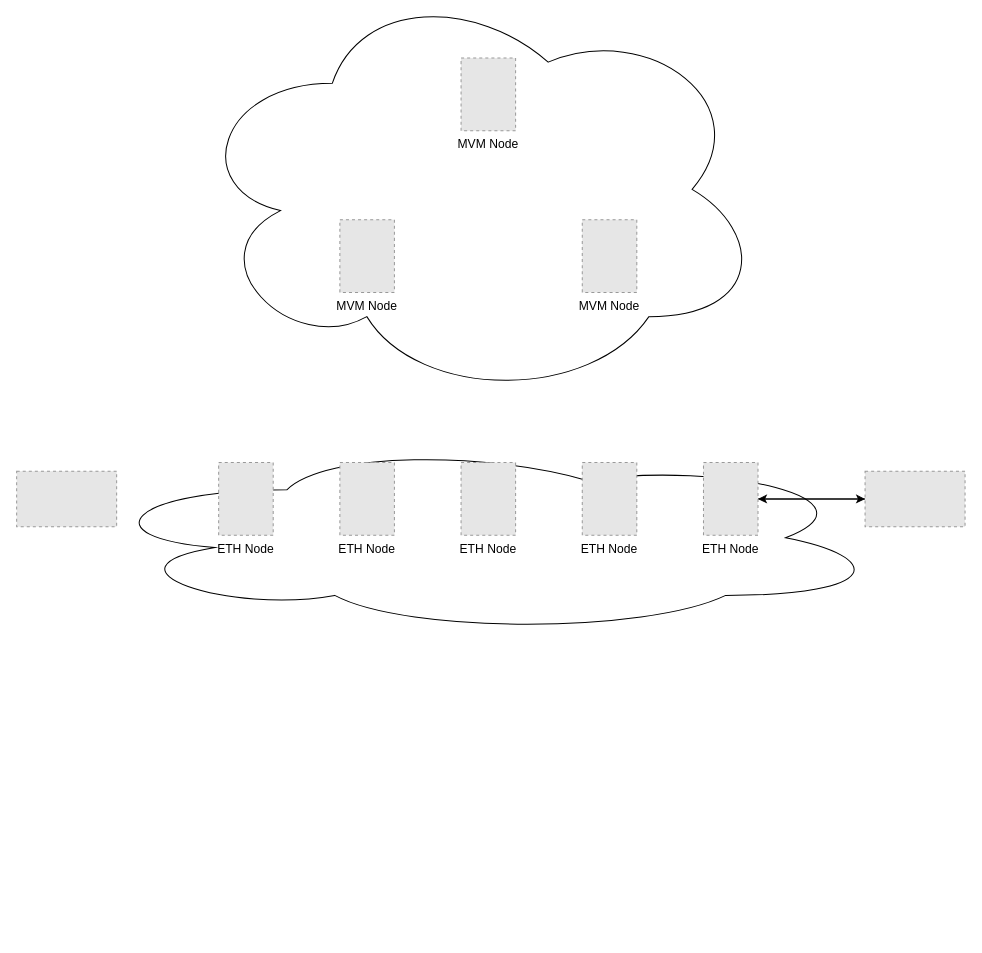
rumsystem/rum-eth-mvm keeps this draw.io diagram as Topology.drawio. Above is the earlier version. Source tidied: cells renumbered, new cells numbered last; positions are measured from the earlier drawing's top-left corner, leaving out a move shared by most shapes. Both pictures are drawn from the tidied source at 101%, with x=0, y=0 at pixel (16, -23). Pictures stored in the file or linked from it are replaced by grey dashed boxes.
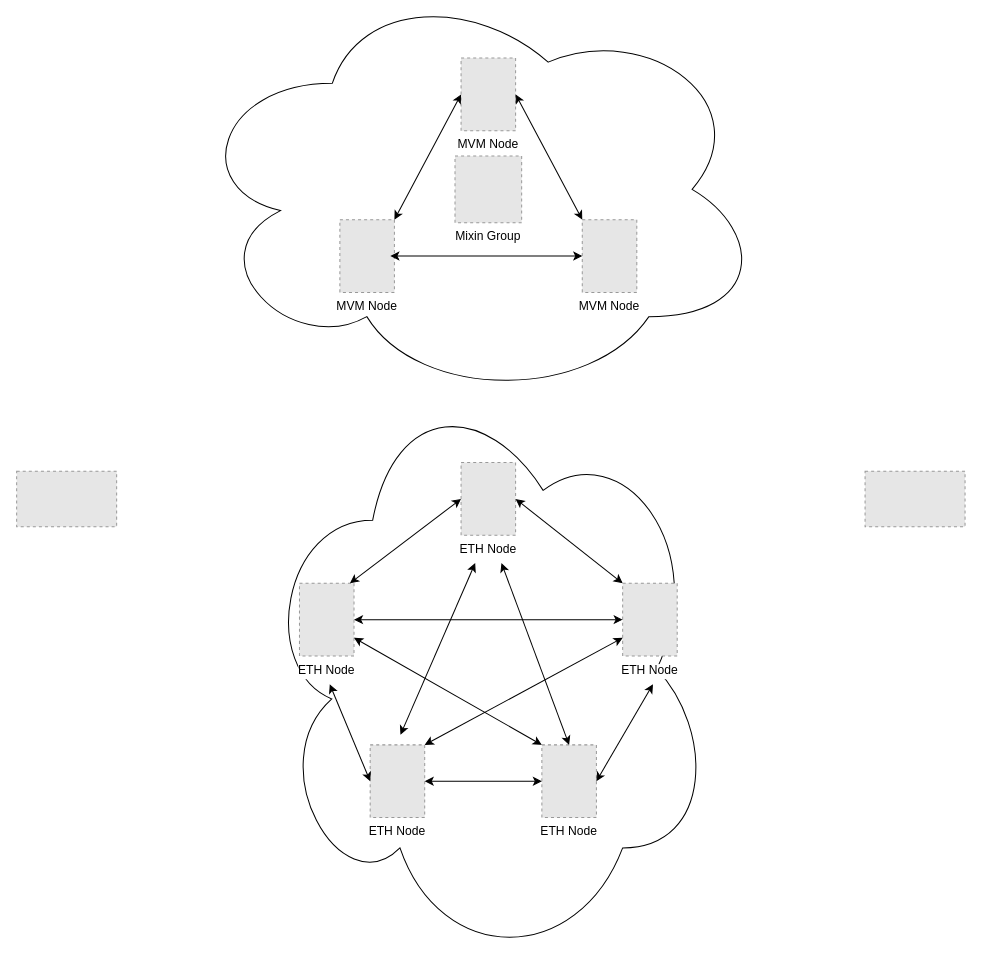
The same page after the edit.

Unchanged cells that the change refers to:
```xml
<mxCell id="6" value="ETH Node" style="fillColor=#E6E6E6;strokeColor=#999999;dashed=1;verticalLabelPosition=bottom;labelBackgroundColor=#ffffff;verticalAlign=top;" parent="1" vertex="1">
  <mxGeometry x="440" y="480.5" width="54" height="72" as="geometry" />
</mxCell>
<mxCell id="10" style="fillColor=#E6E6E6;strokeColor=#999999;dashed=1;verticalLabelPosition=bottom;labelBackgroundColor=#ffffff;verticalAlign=top;" parent="1" vertex="1">
  <mxGeometry x="840" y="489" width="99" height="55" as="geometry" />
</mxCell>
<mxCell id="13" value="MVM Node" style="fillColor=#E6E6E6;strokeColor=#999999;dashed=1;verticalLabelPosition=bottom;labelBackgroundColor=#ffffff;verticalAlign=top;" parent="1" vertex="1">
  <mxGeometry x="320" y="240" width="54" height="72" as="geometry" />
</mxCell>
<mxCell id="14" value="MVM Node" style="fillColor=#E6E6E6;strokeColor=#999999;dashed=1;verticalLabelPosition=bottom;labelBackgroundColor=#ffffff;verticalAlign=top;" parent="1" vertex="1">
  <mxGeometry x="440" y="80" width="54" height="72" as="geometry" />
</mxCell>
<mxCell id="15" value="MVM Node" style="fillColor=#E6E6E6;strokeColor=#999999;dashed=1;verticalLabelPosition=bottom;labelBackgroundColor=#ffffff;verticalAlign=top;" parent="1" vertex="1">
  <mxGeometry x="560" y="240" width="54" height="72" as="geometry" />
</mxCell>
```

What changed in the source:
```diff
@@
     <mxCell id="3" style="ellipse;shape=cloud;whiteSpace=wrap;html=1;" parent="1" vertex="1">
-      <mxGeometry x="70" y="460" width="790" height="190" as="geometry" />
+      <mxGeometry x="240" y="390" width="450" height="590" as="geometry" />
     </mxCell>
     <mxCell id="4" value="ETH Node" style="fillColor=#E6E6E6;strokeColor=#999999;dashed=1;verticalLabelPosition=bottom;labelBackgroundColor=#ffffff;verticalAlign=top;" parent="1" vertex="1">
-      <mxGeometry x="200" y="480.5" width="54" height="72" as="geometry" />
+      <mxGeometry x="350" y="760" width="54" height="72" as="geometry" />
     </mxCell>
     <mxCell id="5" value="ETH Node" style="fillColor=#E6E6E6;strokeColor=#999999;dashed=1;verticalLabelPosition=bottom;labelBackgroundColor=#ffffff;verticalAlign=top;" parent="1" vertex="1">
-      <mxGeometry x="320" y="480.5" width="54" height="72" as="geometry" />
+      <mxGeometry x="280" y="600" width="54" height="72" as="geometry" />
     </mxCell>
@@
     <mxCell id="7" value="ETH Node" style="fillColor=#E6E6E6;strokeColor=#999999;dashed=1;verticalLabelPosition=bottom;labelBackgroundColor=#ffffff;verticalAlign=top;" parent="1" vertex="1">
-      <mxGeometry x="560" y="480.5" width="54" height="72" as="geometry" />
+      <mxGeometry x="600" y="600" width="54" height="72" as="geometry" />
     </mxCell>
@@
-    <mxCell id="9" style="edgeStyle=orthogonalEdgeStyle;rounded=0;jettySize=auto;html=1;entryX=1;entryY=0.5;entryDx=0;entryDy=0;" parent="1" edge="1" source="10" target="12">
-      <mxGeometry relative="1" as="geometry" />
-    </mxCell>
@@
-    <mxCell id="11" style="edgeStyle=orthogonalEdgeStyle;rounded=0;jettySize=auto;html=1;" parent="1" edge="1" source="12" target="10">
-      <mxGeometry relative="1" as="geometry" />
-    </mxCell>
     <mxCell id="12" value="ETH Node" style="fillColor=#E6E6E6;strokeColor=#999999;dashed=1;verticalLabelPosition=bottom;labelBackgroundColor=#ffffff;verticalAlign=top;" parent="1" vertex="1">
-      <mxGeometry x="680" y="480.5" width="54" height="72" as="geometry" />
+      <mxGeometry x="520" y="760" width="54" height="72" as="geometry" />
     </mxCell>
@@
+    <mxCell id="16" style="endArrow=classic;startArrow=classic;html=1;rounded=0;entryX=0;entryY=0.5;entryDx=0;entryDy=0;exitX=1;exitY=0;exitDx=0;exitDy=0;" parent="1" edge="1" source="13" target="14">
+      <mxGeometry relative="1" as="geometry" />
+    </mxCell>
+    <mxCell id="17" style="endArrow=classic;startArrow=classic;html=1;rounded=0;entryX=0;entryY=0.5;entryDx=0;entryDy=0;exitX=0;exitY=0;exitDx=0;exitDy=0;" parent="1" edge="1" source="15">
+      <mxGeometry relative="1" as="geometry">
+        <mxPoint x="494" y="116" as="targetPoint" />
+      </mxGeometry>
+    </mxCell>
+    <mxCell id="18" style="endArrow=classic;startArrow=classic;html=1;rounded=0;entryX=0;entryY=0.5;entryDx=0;entryDy=0;" parent="1" edge="1" target="15">
+      <mxGeometry relative="1" as="geometry">
+        <mxPoint x="370" y="276" as="sourcePoint" />
+      </mxGeometry>
+    </mxCell>
+    <mxCell id="19" value="Mixin Group" style="fillColor=#E6E6E6;strokeColor=#999999;dashed=1;verticalLabelPosition=bottom;labelBackgroundColor=#ffffff;verticalAlign=top;" parent="1" vertex="1">
+      <mxGeometry x="434" y="177" width="66" height="66" as="geometry" />
+    </mxCell>
+    <mxCell id="20" style="endArrow=classic;startArrow=classic;html=1;rounded=0;entryX=0;entryY=0.5;entryDx=0;entryDy=0;" parent="1" edge="1" target="6">
+      <mxGeometry relative="1" as="geometry">
+        <mxPoint x="330" y="600" as="sourcePoint" />
+      </mxGeometry>
+    </mxCell>
+    <mxCell id="21" style="endArrow=classic;startArrow=classic;html=1;rounded=0;entryX=1;entryY=0.5;entryDx=0;entryDy=0;exitX=0;exitY=0;exitDx=0;exitDy=0;" parent="1" edge="1" source="7" target="6">
+      <mxGeometry relative="1" as="geometry" />
+    </mxCell>
+    <mxCell id="22" style="endArrow=classic;startArrow=classic;html=1;rounded=0;entryX=0;entryY=0.5;entryDx=0;entryDy=0;" parent="1" edge="1" target="4">
+      <mxGeometry relative="1" as="geometry">
+        <mxPoint x="310" y="700" as="sourcePoint" />
+      </mxGeometry>
+    </mxCell>
+    <mxCell id="23" style="endArrow=classic;startArrow=classic;html=1;rounded=0;entryX=1;entryY=0.5;entryDx=0;entryDy=0;" parent="1" edge="1" target="12">
+      <mxGeometry relative="1" as="geometry">
+        <mxPoint x="630" y="700" as="sourcePoint" />
+      </mxGeometry>
+    </mxCell>
+    <mxCell id="24" style="endArrow=classic;startArrow=classic;html=1;rounded=0;entryX=1;entryY=0.5;entryDx=0;entryDy=0;exitX=0;exitY=0.5;exitDx=0;exitDy=0;" parent="1" edge="1" source="12" target="4">
+      <mxGeometry relative="1" as="geometry" />
+    </mxCell>
+    <mxCell id="25" style="endArrow=classic;startArrow=classic;html=1;rounded=0;exitX=0.5;exitY=0;exitDx=0;exitDy=0;" parent="1" edge="1" source="12">
+      <mxGeometry relative="1" as="geometry">
+        <mxPoint x="480" y="580" as="targetPoint" />
+      </mxGeometry>
+    </mxCell>
+    <mxCell id="26" style="endArrow=classic;startArrow=classic;html=1;rounded=0;" parent="1" edge="1">
+      <mxGeometry relative="1" as="geometry">
+        <mxPoint x="380" y="750" as="sourcePoint" />
+        <mxPoint x="454" y="580" as="targetPoint" />
+      </mxGeometry>
+    </mxCell>
+    <mxCell id="27" style="endArrow=classic;startArrow=classic;html=1;rounded=0;exitX=1;exitY=0.5;exitDx=0;exitDy=0;entryX=0;entryY=0.5;entryDx=0;entryDy=0;" parent="1" edge="1" source="5" target="7">
+      <mxGeometry relative="1" as="geometry" />
+    </mxCell>
+    <mxCell id="28" style="endArrow=classic;startArrow=classic;html=1;rounded=0;exitX=1;exitY=0.75;exitDx=0;exitDy=0;entryX=0;entryY=0;entryDx=0;entryDy=0;" parent="1" edge="1" source="5" target="12">
+      <mxGeometry relative="1" as="geometry" />
+    </mxCell>
+    <mxCell id="29" style="endArrow=classic;startArrow=classic;html=1;rounded=0;exitX=0;exitY=0.75;exitDx=0;exitDy=0;entryX=1;entryY=0;entryDx=0;entryDy=0;" parent="1" edge="1" source="7" target="4">
+      <mxGeometry relative="1" as="geometry" />
+    </mxCell>
```
